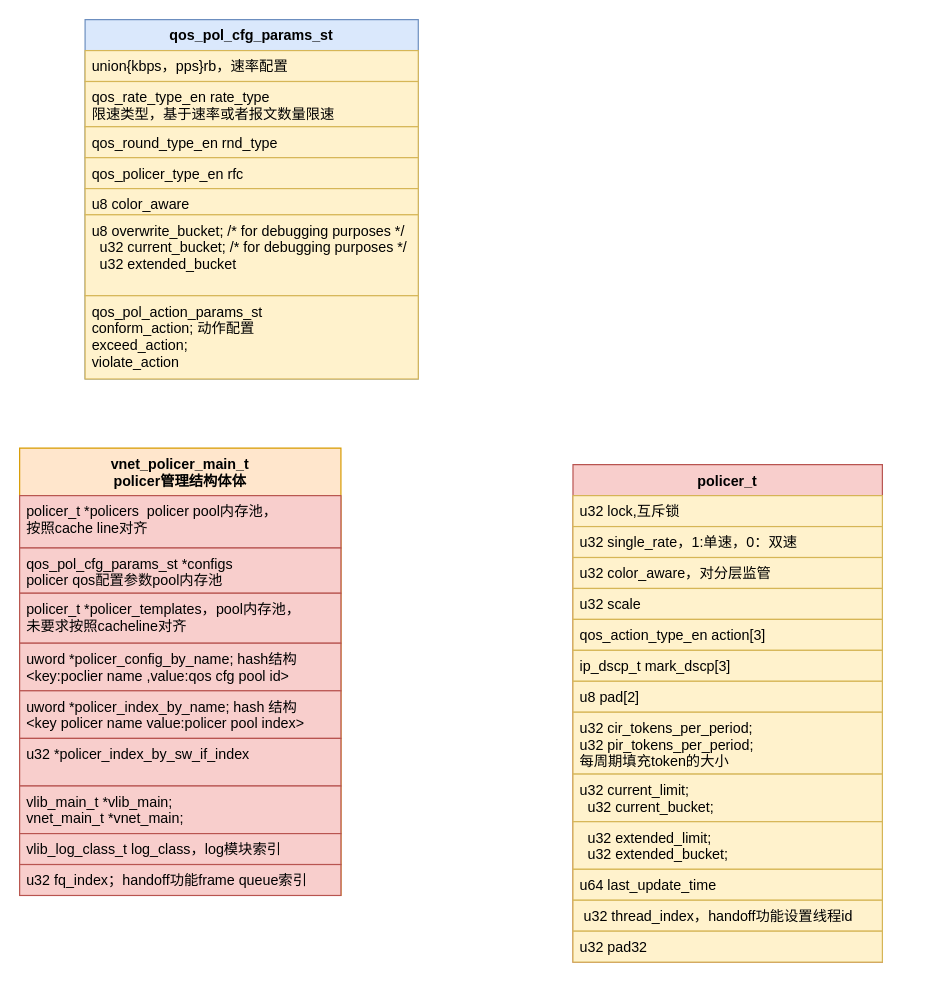
Before: new_map/vpp policer.drawio in jin13417/dpdk-vpp-learning, a draw.io diagram. Source tidied: cells renumbered, new cells numbered last; positions are measured from the earlier drawing's top-left corner, leaving out a move shared by most shapes. Both pictures are drawn from the tidied source at 119%, with x=0, y=0 at pixel (19, 19).
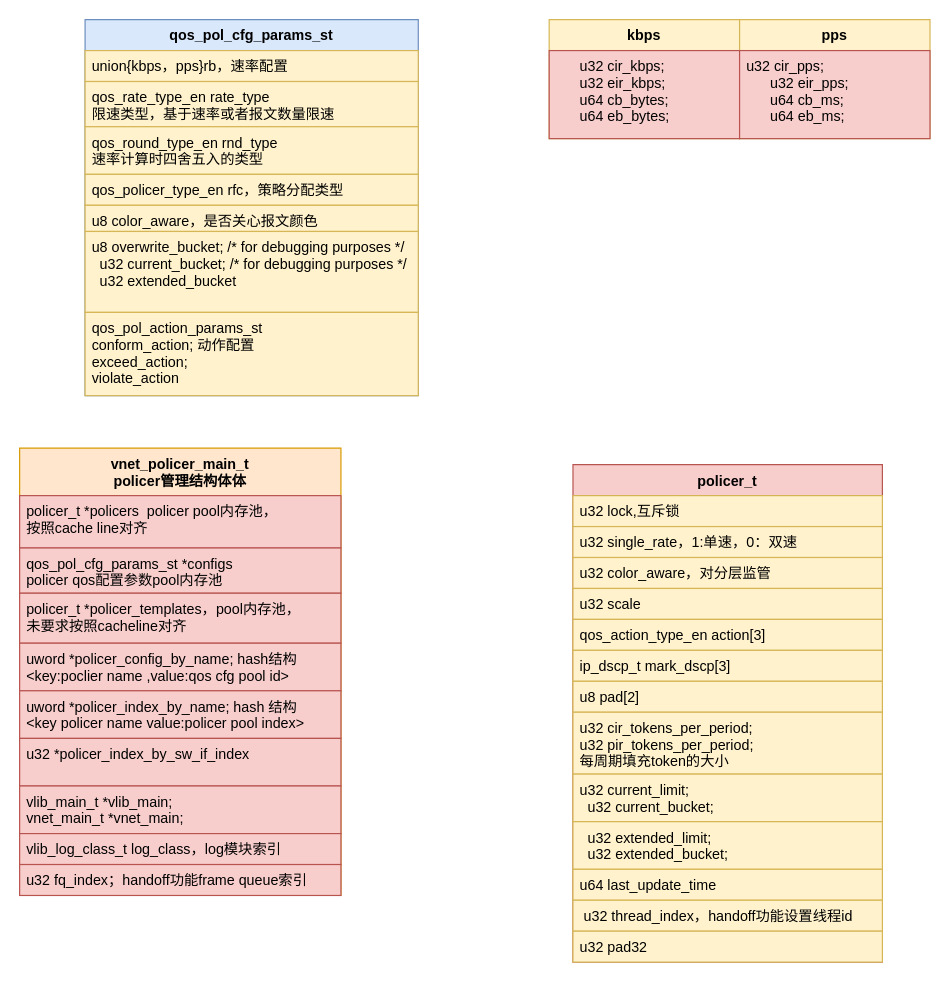
The same diagram, later.

The edit, as a diff of the source:
```diff
@@
     <mxCell id="26" value="qos_pol_cfg_params_st" style="swimlane;fontStyle=1;align=center;verticalAlign=top;horizontal=1;startSize=26;strokeColor=#6c8ebf;fillColor=#dae8fc;" parent="1" vertex="1">
-      <mxGeometry x="55" width="280" height="302" as="geometry" />
+      <mxGeometry x="55" width="280" height="316" as="geometry" />
     </mxCell>
@@
-    <mxCell id="29" value="qos_round_type_en rnd_type" style="text;fillColor=#fff2cc;align=left;verticalAlign=top;spacingLeft=4;spacingRight=4;overflow=hidden;strokeColor=#d6b656;" parent="26" vertex="1">
-      <mxGeometry y="90" width="280" height="26" as="geometry" />
+    <mxCell id="29" value="qos_round_type_en rnd_type&#10;速率计算时四舍五入的类型" style="text;fillColor=#fff2cc;align=left;verticalAlign=top;spacingLeft=4;spacingRight=4;overflow=hidden;strokeColor=#d6b656;" parent="26" vertex="1">
+      <mxGeometry y="90" width="280" height="40" as="geometry" />
     </mxCell>
-    <mxCell id="30" value="qos_policer_type_en rfc" style="text;fillColor=#fff2cc;align=left;verticalAlign=top;spacingLeft=4;spacingRight=4;overflow=hidden;strokeColor=#d6b656;" parent="26" vertex="1">
-      <mxGeometry y="116" width="280" height="26" as="geometry" />
+    <mxCell id="30" value="qos_policer_type_en rfc，策略分配类型" style="text;fillColor=#fff2cc;align=left;verticalAlign=top;spacingLeft=4;spacingRight=4;overflow=hidden;strokeColor=#d6b656;" parent="26" vertex="1">
+      <mxGeometry y="130" width="280" height="26" as="geometry" />
     </mxCell>
-    <mxCell id="31" value="u8 color_aware" style="text;fillColor=#fff2cc;align=left;verticalAlign=top;spacingLeft=4;spacingRight=4;overflow=hidden;strokeColor=#d6b656;" parent="26" vertex="1">
-      <mxGeometry y="142" width="280" height="22" as="geometry" />
+    <mxCell id="31" value="u8 color_aware，是否关心报文颜色" style="text;fillColor=#fff2cc;align=left;verticalAlign=top;spacingLeft=4;spacingRight=4;overflow=hidden;strokeColor=#d6b656;" parent="26" vertex="1">
+      <mxGeometry y="156" width="280" height="22" as="geometry" />
     </mxCell>
     <mxCell id="32" value="u8 overwrite_bucket;  /* for debugging purposes */&#10;  u32 current_bucket;  /* for debugging purposes */&#10;  u32 extended_bucket" style="text;fillColor=#fff2cc;align=left;verticalAlign=top;spacingLeft=4;spacingRight=4;overflow=hidden;strokeColor=#d6b656;" parent="26" vertex="1">
-      <mxGeometry y="164" width="280" height="68" as="geometry" />
+      <mxGeometry y="178" width="280" height="68" as="geometry" />
     </mxCell>
     <mxCell id="33" value="qos_pol_action_params_st&#10;conform_action; 动作配置&#10; exceed_action;&#10; violate_action" style="text;fillColor=#fff2cc;align=left;verticalAlign=top;spacingLeft=4;spacingRight=4;overflow=hidden;strokeColor=#d6b656;" parent="26" vertex="1">
-      <mxGeometry y="232" width="280" height="70" as="geometry" />
+      <mxGeometry y="246" width="280" height="70" as="geometry" />
     </mxCell>
+    <mxCell id="34" value="kbps" style="swimlane;fontStyle=1;align=center;verticalAlign=top;horizontal=1;startSize=26;strokeColor=#d6b656;fillColor=#fff2cc;" parent="1" vertex="1">
+      <mxGeometry x="445" width="160" height="100" as="geometry" />
+    </mxCell>
+    <mxCell id="35" value="      u32 cir_kbps;&#10;      u32 eir_kbps;&#10;      u64 cb_bytes;&#10;      u64 eb_bytes;" style="text;strokeColor=#b85450;fillColor=#f8cecc;align=left;verticalAlign=top;spacingLeft=4;spacingRight=4;overflow=hidden;" parent="34" vertex="1">
+      <mxGeometry y="26" width="160" height="74" as="geometry" />
+    </mxCell>
+    <mxCell id="36" value="pps" style="swimlane;fontStyle=1;align=center;verticalAlign=top;horizontal=1;startSize=26;strokeColor=#d6b656;fillColor=#fff2cc;" parent="1" vertex="1">
+      <mxGeometry x="605" width="160" height="100" as="geometry" />
+    </mxCell>
+    <mxCell id="37" value="u32 cir_pps;&#10;      u32 eir_pps;&#10;      u64 cb_ms;&#10;      u64 eb_ms;" style="text;strokeColor=#b85450;fillColor=#f8cecc;align=left;verticalAlign=top;spacingLeft=4;spacingRight=4;overflow=hidden;" parent="36" vertex="1">
+      <mxGeometry y="26" width="160" height="74" as="geometry" />
+    </mxCell>
```
